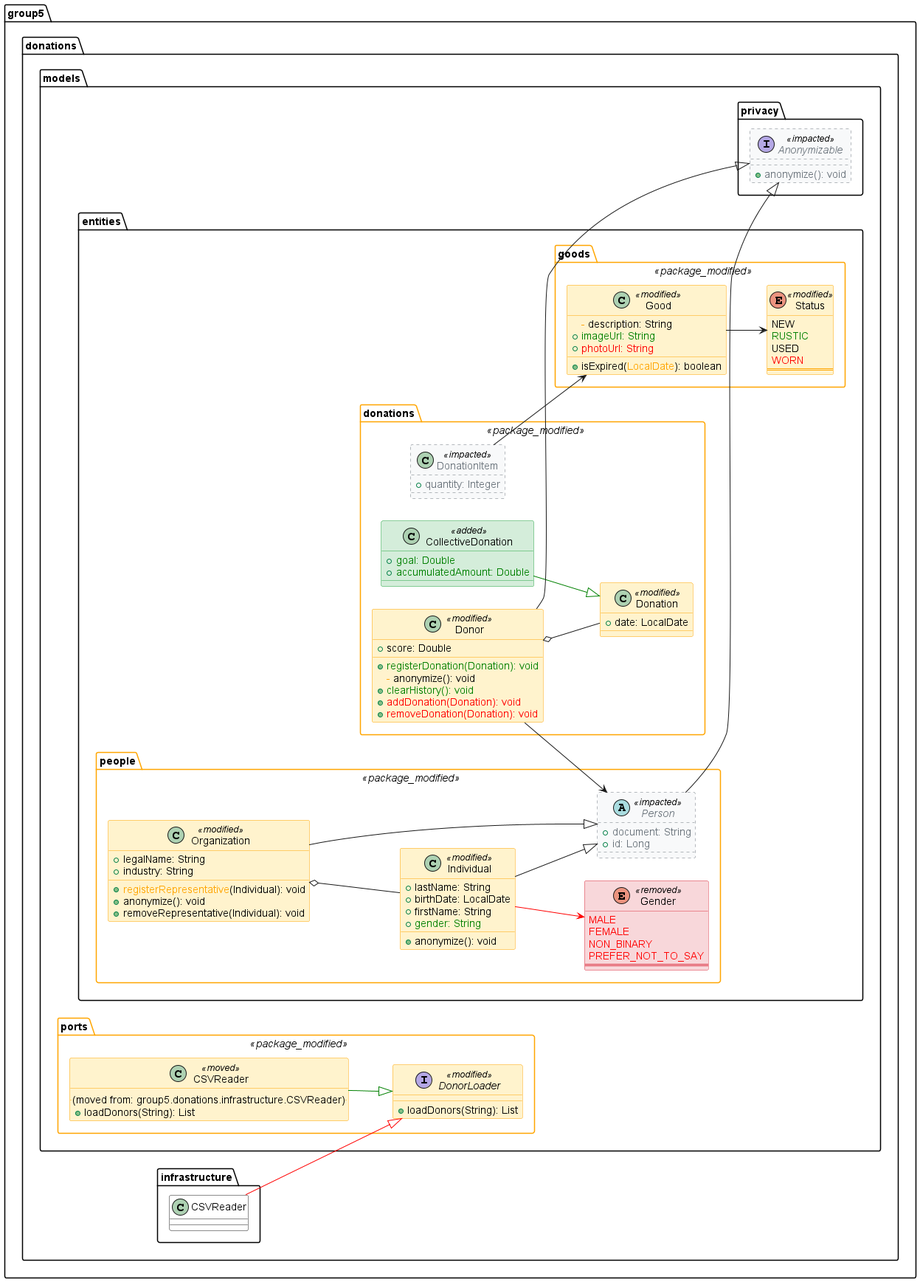
The PlantUML diagram docs/demo_complete.png in tsorren/SemanticUMLDiff, before a commit.
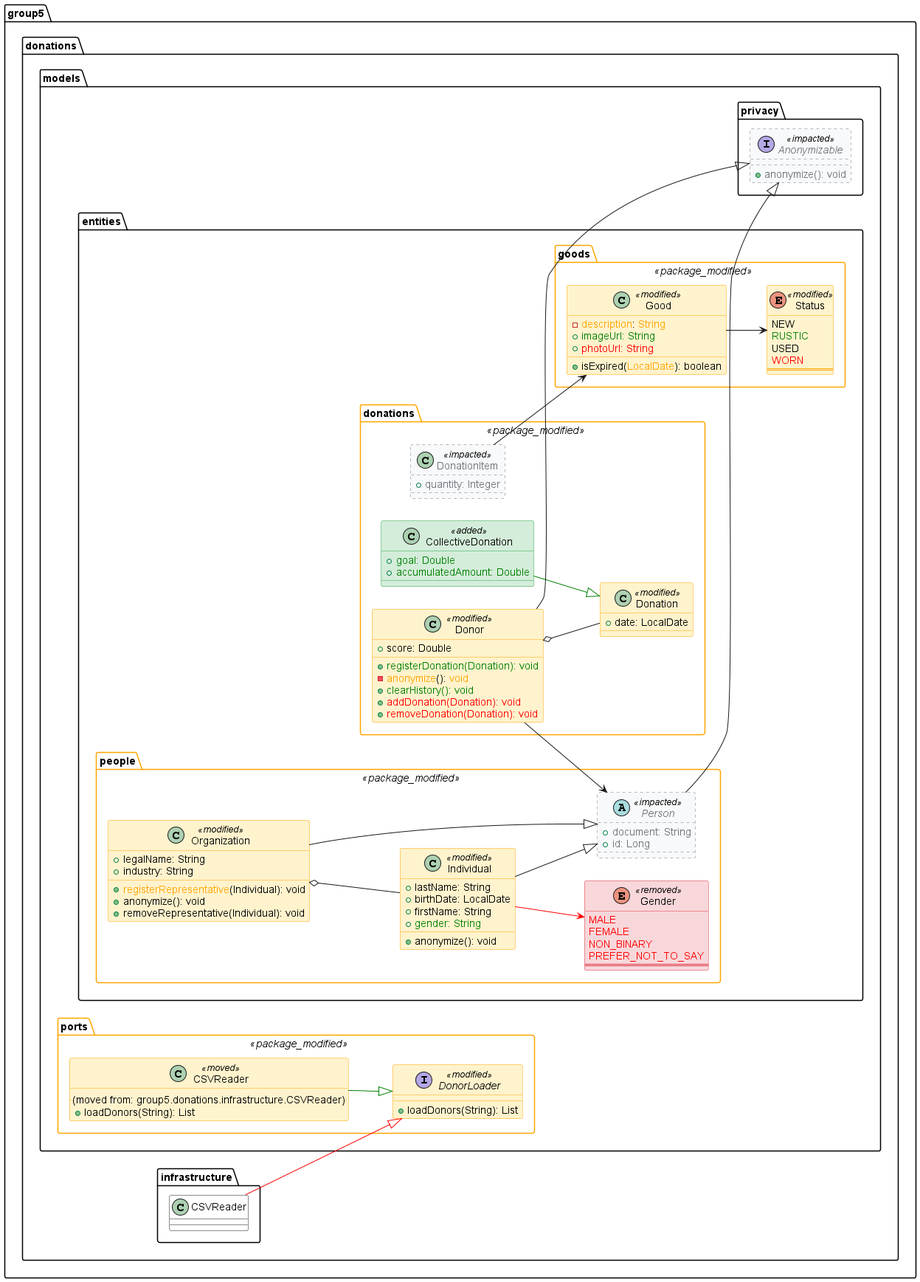
After the change.

Commit message:
fix: ensure visibility is outside color tags for modified members and add packagePadding

Change to the diagram source:
```diff
@@ -3,6 +3,7 @@
 skinparam linetype poly
 skinparam nodesep 30
 skinparam ranksep 30
+skinparam packagePadding 8
 
 <style>
   classDiagram {
@@ -63,7 +64,7 @@
 class "Donor" as group5.donations.models.entities.donations.Donor <<modified>> {
   + score: Double
   + <color:green>registerDonation(Donation): void</color>
-  <color:orange>-</color> anonymize(): void
+  - <color:orange>anonymize</color>(): <color:orange>void</color>
   + <color:green>clearHistory(): void</color>
   + <color:red>addDonation(Donation): void</color>
   + <color:red>removeDonation(Donation): void</color>
@@ -72,7 +73,7 @@
 
 package "group5.donations.models.entities.goods" <<package_modified>> {
 class "Good" as group5.donations.models.entities.goods.Good <<modified>> {
-  <color:orange>-</color> description: String
+  - <color:orange>description</color>: <color:orange>String</color>
   + <color:green>imageUrl: String</color>
   + <color:red>photoUrl: String</color>
   + isExpired(<color:orange>LocalDate</color>): boolean
```
